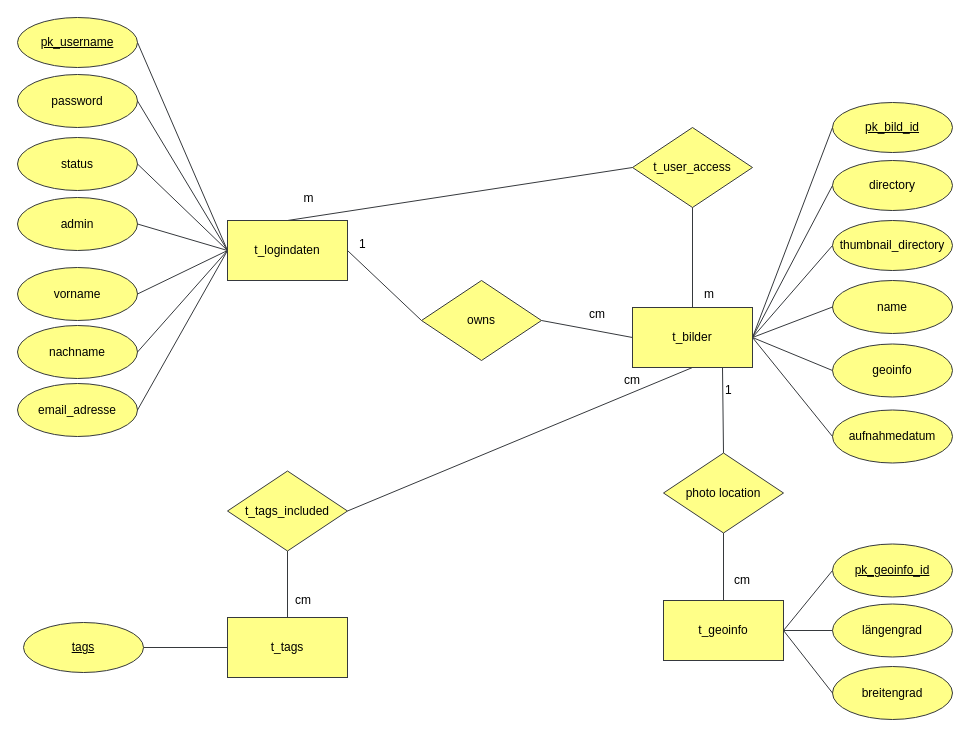
The draw.io diagram WT2_ERM.drawio in mrstexx/FHT_WT2_ImageManagement, before the edit. Source tidied: cells renumbered, new cells numbered last; positions are measured from the earlier drawing's top-left corner, leaving out a move shared by most shapes. Both pictures are drawn from the tidied source at 100%, with x=0, y=0 at pixel (17, 17).
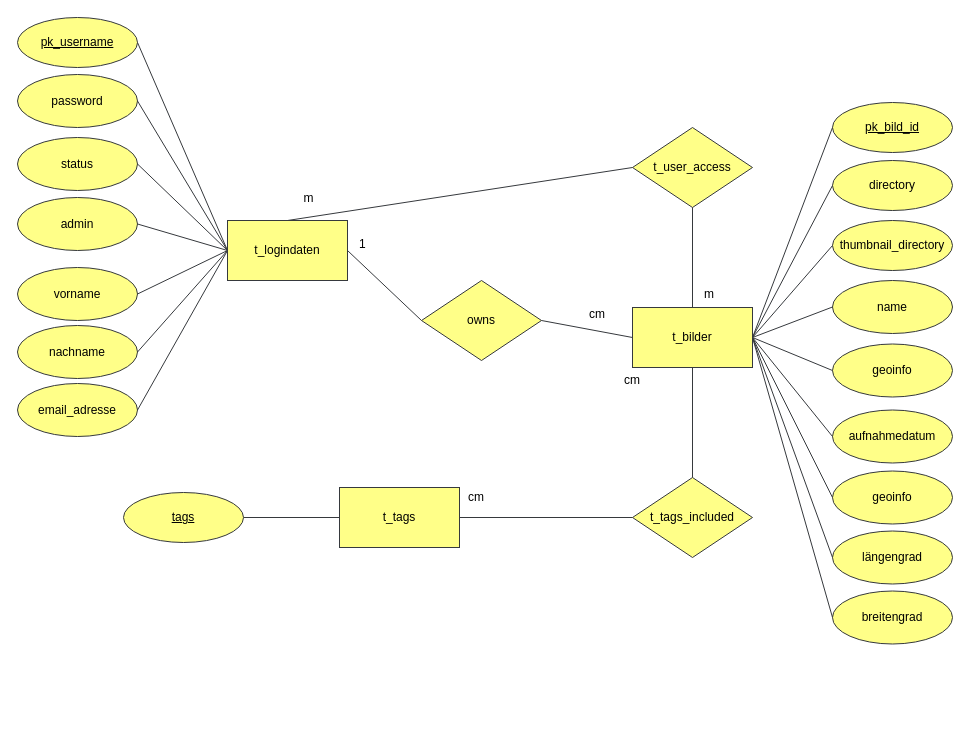
The same page after the edit.

Unchanged cells that the change refers to:
```xml
<mxCell id="3" value="t_bilder" style="rounded=0;whiteSpace=wrap;html=1;fillColor=#ffff88;strokeColor=#36393d;" parent="1" vertex="1">
  <mxGeometry x="615" y="290" width="120" height="60" as="geometry" />
</mxCell>
```

The edit, as a diff of the source:
```diff
@@
-    <mxCell id="4" value="t_geoinfo" style="rounded=0;whiteSpace=wrap;html=1;fillColor=#ffff88;strokeColor=#36393d;" parent="1" vertex="1">
-      <mxGeometry x="646" y="583" width="120" height="60" as="geometry" />
-    </mxCell>
     <mxCell id="5" value="t_tags" style="rounded=0;whiteSpace=wrap;html=1;fillColor=#ffff88;strokeColor=#36393d;" parent="1" vertex="1">
-      <mxGeometry x="210" y="600" width="120" height="60" as="geometry" />
+      <mxGeometry x="322" y="470" width="120" height="60" as="geometry" />
     </mxCell>
     <mxCell id="6" value="t_tags_included" style="rhombus;whiteSpace=wrap;html=1;fillColor=#ffff88;strokeColor=#36393d;" parent="1" vertex="1">
-      <mxGeometry x="210" y="453.5" width="120" height="80" as="geometry" />
+      <mxGeometry x="615" y="460" width="120" height="80" as="geometry" />
     </mxCell>
@@
-    <mxCell id="26" style="endArrow=none;html=1;entryX=0.75;entryY=1;entryDx=0;entryDy=0;exitX=0.5;exitY=0;exitDx=0;exitDy=0;fillColor=#ffff88;strokeColor=#36393d;" parent="1" edge="1" source="58" target="3">
-      <mxGeometry relative="1" as="geometry" />
-    </mxCell>
     <mxCell id="27" value="breitengrad" style="ellipse;whiteSpace=wrap;html=1;fillColor=#ffff88;strokeColor=#36393d;" parent="1" vertex="1">
-      <mxGeometry x="815" y="649" width="120" height="53" as="geometry" />
+      <mxGeometry x="815" y="573.5" width="120" height="53" as="geometry" />
     </mxCell>
     <mxCell id="28" value="längengrad" style="ellipse;whiteSpace=wrap;html=1;fillColor=#ffff88;strokeColor=#36393d;" parent="1" vertex="1">
-      <mxGeometry x="815" y="586.5" width="120" height="53" as="geometry" />
+      <mxGeometry x="815" y="513.5" width="120" height="53" as="geometry" />
     </mxCell>
-    <mxCell id="29" style="endArrow=none;html=1;entryX=0;entryY=0.5;entryDx=0;entryDy=0;exitX=1;exitY=0.5;exitDx=0;exitDy=0;fillColor=#ffff88;strokeColor=#36393d;" parent="1" edge="1" source="4" target="27">
+    <mxCell id="29" style="endArrow=none;html=1;entryX=0;entryY=0.5;entryDx=0;entryDy=0;exitX=1;exitY=0.5;exitDx=0;exitDy=0;fillColor=#ffff88;strokeColor=#36393d;" parent="1" edge="1" source="3" target="27">
       <mxGeometry relative="1" as="geometry" />
     </mxCell>
-    <mxCell id="30" style="endArrow=none;html=1;entryX=0;entryY=0.5;entryDx=0;entryDy=0;exitX=1;exitY=0.5;exitDx=0;exitDy=0;fillColor=#ffff88;strokeColor=#36393d;" parent="1" edge="1" source="4" target="28">
+    <mxCell id="30" style="endArrow=none;html=1;entryX=0;entryY=0.5;entryDx=0;entryDy=0;exitX=1;exitY=0.5;exitDx=0;exitDy=0;fillColor=#ffff88;strokeColor=#36393d;" parent="1" edge="1" source="3" target="28">
       <mxGeometry relative="1" as="geometry" />
     </mxCell>
-    <mxCell id="31" style="endArrow=none;html=1;entryX=0.5;entryY=1;entryDx=0;entryDy=0;exitX=1;exitY=0.5;exitDx=0;exitDy=0;fillColor=#ffff88;strokeColor=#36393d;" parent="1" edge="1" source="6" target="3">
+    <mxCell id="31" style="endArrow=none;html=1;entryX=0.5;entryY=1;entryDx=0;entryDy=0;exitX=0.5;exitY=0;exitDx=0;exitDy=0;fillColor=#ffff88;strokeColor=#36393d;" parent="1" edge="1" source="6" target="3">
       <mxGeometry relative="1" as="geometry" />
     </mxCell>
-    <mxCell id="32" style="endArrow=none;html=1;entryX=0.5;entryY=1;entryDx=0;entryDy=0;exitX=0.5;exitY=0;exitDx=0;exitDy=0;fillColor=#ffff88;strokeColor=#36393d;" parent="1" edge="1" source="5" target="6">
+    <mxCell id="32" style="endArrow=none;html=1;entryX=0;entryY=0.5;entryDx=0;entryDy=0;exitX=1;exitY=0.5;exitDx=0;exitDy=0;fillColor=#ffff88;strokeColor=#36393d;" parent="1" edge="1" source="5" target="6">
       <mxGeometry relative="1" as="geometry" />
     </mxCell>
@@
     <mxCell id="42" value="&lt;u&gt;tags&lt;/u&gt;" style="ellipse;whiteSpace=wrap;html=1;fillColor=#ffff88;strokeColor=#36393d;" parent="1" vertex="1">
-      <mxGeometry x="6" y="605" width="120" height="50" as="geometry" />
+      <mxGeometry x="106" y="475" width="120" height="50" as="geometry" />
     </mxCell>
@@
     <mxCell id="47" value="cm" style="text;html=1;align=left;verticalAlign=top;spacingTop=-4;" parent="1" vertex="1">
-      <mxGeometry x="276" y="573" width="30" height="20" as="geometry" />
+      <mxGeometry x="449" y="470" width="30" height="20" as="geometry" />
     </mxCell>
-    <mxCell id="48" value="1" style="text;html=1;align=left;verticalAlign=top;spacingTop=-4;" parent="1" vertex="1">
-      <mxGeometry x="706" y="363" width="20" height="20" as="geometry" />
-    </mxCell>
-    <mxCell id="49" value="cm" style="text;html=1;align=left;verticalAlign=top;spacingTop=-4;" parent="1" vertex="1">
-      <mxGeometry x="715" y="553" width="30" height="20" as="geometry" />
-    </mxCell>
@@
-    <mxCell id="52" value="&lt;u&gt;pk_geoinfo_id&lt;/u&gt;" style="ellipse;whiteSpace=wrap;html=1;fillColor=#ffff88;strokeColor=#36393d;" parent="1" vertex="1">
-      <mxGeometry x="815" y="526.5" width="120" height="53" as="geometry" />
+    <mxCell id="52" value="geoinfo" style="ellipse;whiteSpace=wrap;html=1;fillColor=#ffff88;strokeColor=#36393d;" parent="1" vertex="1">
+      <mxGeometry x="815" y="453.5" width="120" height="53" as="geometry" />
     </mxCell>
-    <mxCell id="53" style="endArrow=none;html=1;entryX=0;entryY=0.5;entryDx=0;entryDy=0;exitX=1;exitY=0.5;exitDx=0;exitDy=0;fillColor=#ffff88;strokeColor=#36393d;" parent="1" edge="1" source="4" target="52">
+    <mxCell id="53" style="endArrow=none;html=1;entryX=0;entryY=0.5;entryDx=0;entryDy=0;exitX=1;exitY=0.5;exitDx=0;exitDy=0;fillColor=#ffff88;strokeColor=#36393d;" parent="1" edge="1" source="3" target="52">
       <mxGeometry relative="1" as="geometry" />
     </mxCell>
@@
-    <mxCell id="58" value="photo location&lt;br&gt;" style="rhombus;whiteSpace=wrap;html=1;fillColor=#ffff88;strokeColor=#36393d;" parent="1" vertex="1">
-      <mxGeometry x="646" y="435.5" width="120" height="80" as="geometry" />
-    </mxCell>
-    <mxCell id="59" style="endArrow=none;html=1;entryX=0.5;entryY=1;entryDx=0;entryDy=0;exitX=0.5;exitY=0;exitDx=0;exitDy=0;fillColor=#ffff88;strokeColor=#36393d;" parent="1" edge="1" source="4" target="58">
-      <mxGeometry relative="1" as="geometry" />
-    </mxCell>
```
